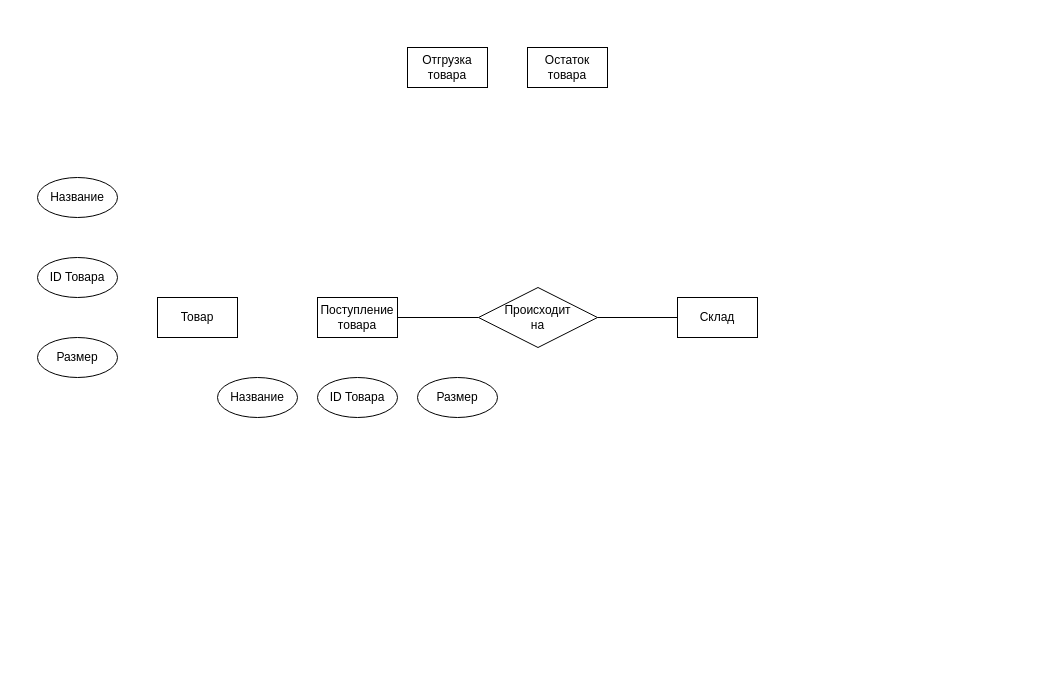
The draw.io diagram КМПО V2.0.drawio in marsek4/ssp, before the edit. Source tidied: cells renumbered, new cells numbered last; positions are measured from the earlier drawing's top-left corner, leaving out a move shared by most shapes. Both pictures are drawn from the tidied source at 100%, with x=0, y=0 at pixel (37, 47).
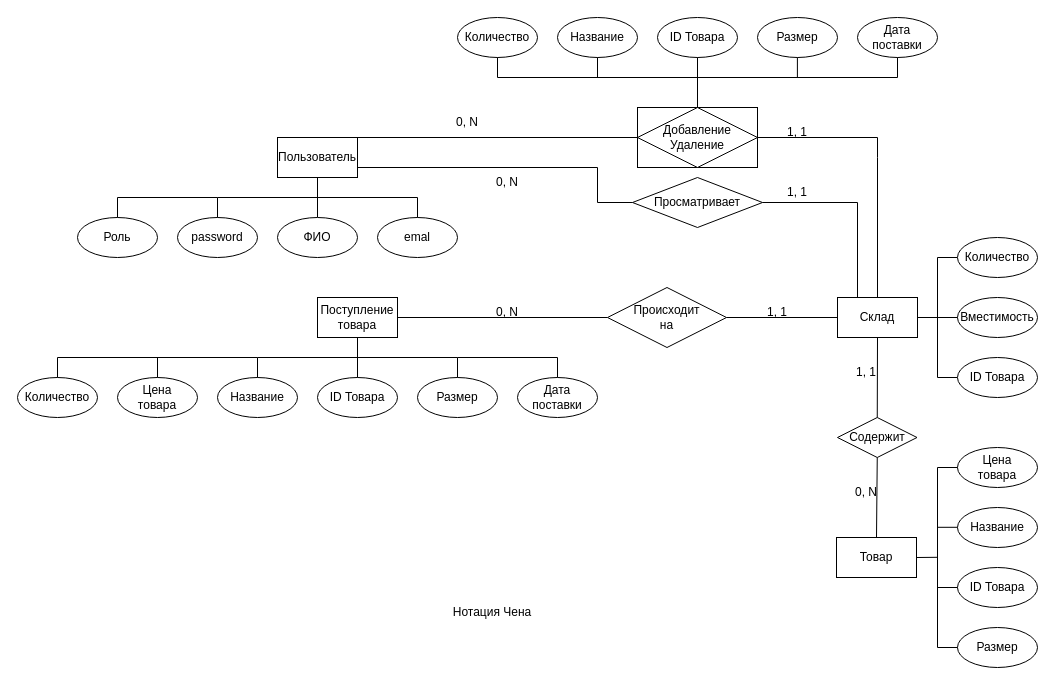
Above is the later version.

The change refers to these unchanged cells:
```xml
<mxCell id="4" value="Поступление товара" style="rounded=0;whiteSpace=wrap;html=1;" parent="1" vertex="1">
  <mxGeometry x="280" y="250" width="80" height="40" as="geometry" />
</mxCell>
<mxCell id="10" value="Название" style="ellipse;whiteSpace=wrap;html=1;" parent="1" vertex="1">
  <mxGeometry x="180" y="330" width="80" height="40" as="geometry" />
</mxCell>
<mxCell id="11" value="ID Товара" style="ellipse;whiteSpace=wrap;html=1;" parent="1" vertex="1">
  <mxGeometry x="280" y="330" width="80" height="40" as="geometry" />
</mxCell>
<mxCell id="12" value="Размер" style="ellipse;whiteSpace=wrap;html=1;" parent="1" vertex="1">
  <mxGeometry x="380" y="330" width="80" height="40" as="geometry" />
</mxCell>
```

The edit, as a diff of the source:
```diff
@@
     <mxCell id="2" value="Товар" style="rounded=0;whiteSpace=wrap;html=1;" parent="1" vertex="1">
-      <mxGeometry x="120" y="250" width="80" height="40" as="geometry" />
+      <mxGeometry x="799" y="490" width="80" height="40" as="geometry" />
     </mxCell>
     <mxCell id="3" value="Склад" style="rounded=0;whiteSpace=wrap;html=1;" parent="1" vertex="1">
-      <mxGeometry x="640" y="250" width="80" height="40" as="geometry" />
+      <mxGeometry x="800" y="250" width="80" height="40" as="geometry" />
     </mxCell>
@@
-    <mxCell id="5" value="Отгрузка&lt;br&gt;товара" style="rounded=0;whiteSpace=wrap;html=1;" parent="1" vertex="1">
-      <mxGeometry x="370" width="80" height="40" as="geometry" />
-    </mxCell>
-    <mxCell id="6" value="Остаток&lt;br&gt;товара" style="rounded=0;whiteSpace=wrap;html=1;" parent="1" vertex="1">
-      <mxGeometry x="490" width="80" height="40" as="geometry" />
-    </mxCell>
-    <mxCell id="7" value="ID Товара" style="ellipse;whiteSpace=wrap;html=1;" parent="1" vertex="1">
-      <mxGeometry y="210" width="80" height="40" as="geometry" />
-    </mxCell>
-    <mxCell id="8" value="Размер" style="ellipse;whiteSpace=wrap;html=1;" parent="1" vertex="1">
-      <mxGeometry y="290" width="80" height="40" as="geometry" />
-    </mxCell>
-    <mxCell id="9" value="Название" style="ellipse;whiteSpace=wrap;html=1;" parent="1" vertex="1">
-      <mxGeometry y="130" width="80" height="40" as="geometry" />
-    </mxCell>
@@
     <mxCell id="13" value="Происходит&lt;br&gt;на" style="rhombus;whiteSpace=wrap;html=1;" parent="1" vertex="1">
-      <mxGeometry x="441" y="240" width="119" height="60" as="geometry" />
+      <mxGeometry x="570" y="240" width="119" height="60" as="geometry" />
     </mxCell>
@@
+    <mxCell id="16" style="endArrow=none;html=1;rounded=0;exitX=0.5;exitY=0;exitDx=0;exitDy=0;entryX=0.5;entryY=0;entryDx=0;entryDy=0;" parent="1" edge="1" source="10" target="12">
+      <mxGeometry relative="1" as="geometry">
+        <Array as="points">
+          <mxPoint x="220" y="310" />
+          <mxPoint x="420" y="310" />
+        </Array>
+      </mxGeometry>
+    </mxCell>
+    <mxCell id="17" style="endArrow=none;html=1;rounded=0;exitX=0.5;exitY=0;exitDx=0;exitDy=0;entryX=0.5;entryY=1;entryDx=0;entryDy=0;" parent="1" edge="1" source="11" target="4">
+      <mxGeometry relative="1" as="geometry" />
+    </mxCell>
+    <mxCell id="18" value="Дата поставки" style="ellipse;whiteSpace=wrap;html=1;" parent="1" vertex="1">
+      <mxGeometry x="480" y="330" width="80" height="40" as="geometry" />
+    </mxCell>
+    <mxCell id="19" style="endArrow=none;html=1;rounded=0;entryX=0.5;entryY=0;entryDx=0;entryDy=0;" parent="1" edge="1" target="18">
+      <mxGeometry relative="1" as="geometry">
+        <mxPoint x="420" y="310" as="sourcePoint" />
+        <Array as="points">
+          <mxPoint x="520" y="310" />
+        </Array>
+      </mxGeometry>
+    </mxCell>
+    <mxCell id="20" value="Содержит" style="rhombus;whiteSpace=wrap;html=1;" parent="1" vertex="1">
+      <mxGeometry x="800" y="370" width="79.5" height="40" as="geometry" />
+    </mxCell>
+    <mxCell id="21" style="endArrow=none;html=1;rounded=0;entryX=0.5;entryY=1;entryDx=0;entryDy=0;exitX=0.5;exitY=0;exitDx=0;exitDy=0;" parent="1" edge="1" source="20" target="3">
+      <mxGeometry relative="1" as="geometry" />
+    </mxCell>
+    <mxCell id="22" style="endArrow=none;html=1;rounded=0;entryX=0.5;entryY=1;entryDx=0;entryDy=0;exitX=0.5;exitY=0;exitDx=0;exitDy=0;" parent="1" edge="1" source="2" target="20">
+      <mxGeometry relative="1" as="geometry" />
+    </mxCell>
+    <mxCell id="23" value="Цена&lt;br&gt;товара" style="ellipse;whiteSpace=wrap;html=1;" parent="1" vertex="1">
+      <mxGeometry x="80" y="330" width="80" height="40" as="geometry" />
+    </mxCell>
+    <mxCell id="24" style="endArrow=none;html=1;rounded=0;exitX=0.5;exitY=0;exitDx=0;exitDy=0;" parent="1" edge="1" source="23">
+      <mxGeometry relative="1" as="geometry">
+        <mxPoint x="220" y="310" as="targetPoint" />
+        <Array as="points">
+          <mxPoint x="120" y="310" />
+        </Array>
+      </mxGeometry>
+    </mxCell>
+    <mxCell id="25" value="Вместимость" style="ellipse;whiteSpace=wrap;html=1;" parent="1" vertex="1">
+      <mxGeometry x="920" y="250" width="80" height="40" as="geometry" />
+    </mxCell>
+    <mxCell id="26" style="endArrow=none;html=1;rounded=0;entryX=0;entryY=0.5;entryDx=0;entryDy=0;exitX=1;exitY=0.5;exitDx=0;exitDy=0;" parent="1" edge="1" source="3" target="25">
+      <mxGeometry relative="1" as="geometry" />
+    </mxCell>
+    <mxCell id="27" value="Название" style="ellipse;whiteSpace=wrap;html=1;" parent="1" vertex="1">
+      <mxGeometry x="920" y="460" width="80" height="40" as="geometry" />
+    </mxCell>
+    <mxCell id="28" value="ID Товара" style="ellipse;whiteSpace=wrap;html=1;" parent="1" vertex="1">
+      <mxGeometry x="920" y="520" width="80" height="40" as="geometry" />
+    </mxCell>
+    <mxCell id="29" value="Размер" style="ellipse;whiteSpace=wrap;html=1;" parent="1" vertex="1">
+      <mxGeometry x="920" y="580" width="80" height="40" as="geometry" />
+    </mxCell>
+    <mxCell id="30" value="Цена&lt;br&gt;товара" style="ellipse;whiteSpace=wrap;html=1;" parent="1" vertex="1">
+      <mxGeometry x="920" y="400" width="80" height="40" as="geometry" />
+    </mxCell>
+    <mxCell id="31" style="endArrow=none;html=1;rounded=0;entryX=0;entryY=0.5;entryDx=0;entryDy=0;exitX=0;exitY=0.5;exitDx=0;exitDy=0;" parent="1" edge="1" source="29" target="30">
+      <mxGeometry relative="1" as="geometry">
+        <Array as="points">
+          <mxPoint x="900" y="600" />
+          <mxPoint x="900" y="420" />
+        </Array>
+      </mxGeometry>
+    </mxCell>
+    <mxCell id="32" style="endArrow=none;html=1;rounded=0;exitX=0;exitY=0.5;exitDx=0;exitDy=0;" parent="1" edge="1" source="28">
+      <mxGeometry relative="1" as="geometry">
+        <mxPoint x="900" y="540" as="targetPoint" />
+      </mxGeometry>
+    </mxCell>
+    <mxCell id="33" style="endArrow=none;html=1;rounded=0;exitX=0;exitY=0.5;exitDx=0;exitDy=0;" parent="1" edge="1">
+      <mxGeometry relative="1" as="geometry">
+        <mxPoint x="920" y="479.8" as="sourcePoint" />
+        <mxPoint x="900" y="479.8" as="targetPoint" />
+      </mxGeometry>
+    </mxCell>
+    <mxCell id="34" style="endArrow=none;html=1;rounded=0;exitX=0;exitY=0.5;exitDx=0;exitDy=0;entryX=1;entryY=0.5;entryDx=0;entryDy=0;" parent="1" edge="1" target="2">
+      <mxGeometry relative="1" as="geometry">
+        <mxPoint x="900" y="509.8" as="sourcePoint" />
+      </mxGeometry>
+    </mxCell>
+    <mxCell id="35" value="1, 1" style="text;html=1;strokeColor=none;fillColor=none;align=center;verticalAlign=middle;whiteSpace=wrap;rounded=0;" parent="1" vertex="1">
+      <mxGeometry x="710" y="250" width="60" height="30" as="geometry" />
+    </mxCell>
+    <mxCell id="36" value="0, N" style="text;html=1;strokeColor=none;fillColor=none;align=center;verticalAlign=middle;whiteSpace=wrap;rounded=0;" parent="1" vertex="1">
+      <mxGeometry x="440" y="250" width="60" height="30" as="geometry" />
+    </mxCell>
+    <mxCell id="37" value="1, 1" style="text;html=1;strokeColor=none;fillColor=none;align=center;verticalAlign=middle;whiteSpace=wrap;rounded=0;" parent="1" vertex="1">
+      <mxGeometry x="799" y="310" width="60" height="30" as="geometry" />
+    </mxCell>
+    <mxCell id="38" value="0, N" style="text;html=1;strokeColor=none;fillColor=none;align=center;verticalAlign=middle;whiteSpace=wrap;rounded=0;" parent="1" vertex="1">
+      <mxGeometry x="799" y="430" width="60" height="30" as="geometry" />
+    </mxCell>
+    <mxCell id="39" value="Количество" style="ellipse;whiteSpace=wrap;html=1;" parent="1" vertex="1">
+      <mxGeometry x="-20" y="330" width="80" height="40" as="geometry" />
+    </mxCell>
+    <mxCell id="40" style="endArrow=none;html=1;rounded=0;exitX=0.5;exitY=0;exitDx=0;exitDy=0;" parent="1" edge="1" source="39">
+      <mxGeometry relative="1" as="geometry">
+        <mxPoint x="130" y="310" as="targetPoint" />
+        <Array as="points">
+          <mxPoint x="20" y="310" />
+        </Array>
+      </mxGeometry>
+    </mxCell>
+    <mxCell id="41" style="endArrow=none;html=1;rounded=0;exitX=0;exitY=0.5;exitDx=0;exitDy=0;entryX=0;entryY=0.5;entryDx=0;entryDy=0;" parent="1" edge="1" source="44" target="43">
+      <mxGeometry relative="1" as="geometry">
+        <Array as="points">
+          <mxPoint x="900" y="330" />
+          <mxPoint x="900" y="210" />
+        </Array>
+      </mxGeometry>
+    </mxCell>
+    <mxCell id="42" value="Нотация Чена" style="text;html=1;strokeColor=none;fillColor=none;align=center;verticalAlign=middle;whiteSpace=wrap;rounded=0;" parent="1" vertex="1">
+      <mxGeometry x="400" y="550" width="110" height="30" as="geometry" />
+    </mxCell>
+    <mxCell id="43" value="Количество" style="ellipse;whiteSpace=wrap;html=1;" parent="1" vertex="1">
+      <mxGeometry x="920" y="190" width="80" height="40" as="geometry" />
+    </mxCell>
+    <mxCell id="44" value="ID Товара" style="ellipse;whiteSpace=wrap;html=1;" parent="1" vertex="1">
+      <mxGeometry x="920" y="310" width="80" height="40" as="geometry" />
+    </mxCell>
+    <mxCell id="45" value="Пользователь" style="rounded=0;whiteSpace=wrap;html=1;" parent="1" vertex="1">
+      <mxGeometry x="240" y="90" width="80" height="40" as="geometry" />
+    </mxCell>
+    <mxCell id="46" style="group;" parent="1" vertex="1">
+      <mxGeometry x="600" y="60" width="120" height="60" as="geometry" />
+    </mxCell>
+    <mxCell id="47" style="rounded=0;whiteSpace=wrap;html=1;" parent="46" vertex="1">
+      <mxGeometry width="120" height="60" as="geometry" />
+    </mxCell>
+    <mxCell id="48" value="Добавление&lt;br&gt;Удаление" style="rhombus;whiteSpace=wrap;html=1;" parent="46" vertex="1">
+      <mxGeometry width="120" height="60" as="geometry" />
+    </mxCell>
+    <mxCell id="49" style="endArrow=none;html=1;rounded=0;exitX=1;exitY=0;exitDx=0;exitDy=0;entryX=0;entryY=0.5;entryDx=0;entryDy=0;" parent="1" edge="1" source="45" target="48">
+      <mxGeometry relative="1" as="geometry" />
+    </mxCell>
+    <mxCell id="50" style="endArrow=none;html=1;rounded=0;exitX=1;exitY=0.5;exitDx=0;exitDy=0;entryX=0.5;entryY=0;entryDx=0;entryDy=0;" parent="1" edge="1" source="48" target="3">
+      <mxGeometry relative="1" as="geometry">
+        <Array as="points">
+          <mxPoint x="840" y="90" />
+          <mxPoint x="840" y="110" />
+        </Array>
+      </mxGeometry>
+    </mxCell>
+    <mxCell id="51" value="Название" style="ellipse;whiteSpace=wrap;html=1;" parent="1" vertex="1">
+      <mxGeometry x="520" y="-30" width="80" height="40" as="geometry" />
+    </mxCell>
+    <mxCell id="52" value="ID Товара" style="ellipse;whiteSpace=wrap;html=1;" parent="1" vertex="1">
+      <mxGeometry x="620" y="-30" width="80" height="40" as="geometry" />
+    </mxCell>
+    <mxCell id="53" value="Размер" style="ellipse;whiteSpace=wrap;html=1;" parent="1" vertex="1">
+      <mxGeometry x="720" y="-30" width="80" height="40" as="geometry" />
+    </mxCell>
+    <mxCell id="54" value="Дата поставки" style="ellipse;whiteSpace=wrap;html=1;" parent="1" vertex="1">
+      <mxGeometry x="820" y="-30" width="80" height="40" as="geometry" />
+    </mxCell>
+    <mxCell id="55" value="Количество" style="ellipse;whiteSpace=wrap;html=1;" parent="1" vertex="1">
+      <mxGeometry x="420" y="-30" width="80" height="40" as="geometry" />
+    </mxCell>
+    <mxCell id="56" style="endArrow=none;html=1;rounded=0;entryX=0.5;entryY=1;entryDx=0;entryDy=0;" parent="1" edge="1">
+      <mxGeometry relative="1" as="geometry">
+        <mxPoint x="280" y="170" as="sourcePoint" />
+        <mxPoint x="280" y="130" as="targetPoint" />
+      </mxGeometry>
+    </mxCell>
+    <mxCell id="57" value="ФИО" style="ellipse;whiteSpace=wrap;html=1;" parent="1" vertex="1">
+      <mxGeometry x="240" y="170" width="80" height="40" as="geometry" />
+    </mxCell>
+    <mxCell id="58" value="emal" style="ellipse;whiteSpace=wrap;html=1;" parent="1" vertex="1">
+      <mxGeometry x="340" y="170" width="80" height="40" as="geometry" />
+    </mxCell>
+    <mxCell id="59" value="password" style="ellipse;whiteSpace=wrap;html=1;" parent="1" vertex="1">
+      <mxGeometry x="140" y="170" width="80" height="40" as="geometry" />
+    </mxCell>
+    <mxCell id="60" style="endArrow=none;html=1;rounded=0;exitX=0.5;exitY=0;exitDx=0;exitDy=0;entryX=0.5;entryY=0;entryDx=0;entryDy=0;" parent="1" edge="1" source="59" target="58">
+      <mxGeometry relative="1" as="geometry">
+        <Array as="points">
+          <mxPoint x="180" y="150" />
+          <mxPoint x="380" y="150" />
+        </Array>
+      </mxGeometry>
+    </mxCell>
+    <mxCell id="61" value="Роль" style="ellipse;whiteSpace=wrap;html=1;" parent="1" vertex="1">
+      <mxGeometry x="40" y="170" width="80" height="40" as="geometry" />
+    </mxCell>
+    <mxCell id="62" value="Просматривает" style="rhombus;whiteSpace=wrap;html=1;" parent="1" vertex="1">
+      <mxGeometry x="595" y="130" width="130" height="50" as="geometry" />
+    </mxCell>
+    <mxCell id="63" style="endArrow=none;html=1;rounded=0;exitX=1;exitY=0.75;exitDx=0;exitDy=0;entryX=0;entryY=0.5;entryDx=0;entryDy=0;" parent="1" edge="1" source="45" target="62">
+      <mxGeometry relative="1" as="geometry">
+        <Array as="points">
+          <mxPoint x="560" y="120" />
+          <mxPoint x="560" y="155" />
+        </Array>
+      </mxGeometry>
+    </mxCell>
+    <mxCell id="64" style="endArrow=none;html=1;rounded=0;exitX=0.25;exitY=0;exitDx=0;exitDy=0;entryX=1;entryY=0.5;entryDx=0;entryDy=0;" parent="1" edge="1" source="3" target="62">
+      <mxGeometry relative="1" as="geometry">
+        <Array as="points">
+          <mxPoint x="820" y="155" />
+        </Array>
+      </mxGeometry>
+    </mxCell>
+    <mxCell id="65" style="endArrow=none;html=1;rounded=0;exitX=0.5;exitY=0;exitDx=0;exitDy=0;" parent="1" edge="1" source="61">
+      <mxGeometry relative="1" as="geometry">
+        <mxPoint x="180" y="150" as="targetPoint" />
+        <Array as="points">
+          <mxPoint x="80" y="150" />
+        </Array>
+      </mxGeometry>
+    </mxCell>
+    <mxCell id="66" style="endArrow=none;html=1;rounded=0;exitX=0.5;exitY=1;exitDx=0;exitDy=0;entryX=0.5;entryY=1;entryDx=0;entryDy=0;" parent="1" edge="1" source="55" target="54">
+      <mxGeometry relative="1" as="geometry">
+        <Array as="points">
+          <mxPoint x="460" y="30" />
+          <mxPoint x="860" y="30" />
+        </Array>
+      </mxGeometry>
+    </mxCell>
+    <mxCell id="67" style="endArrow=none;html=1;rounded=0;entryX=0.5;entryY=1;entryDx=0;entryDy=0;exitX=0.5;exitY=0;exitDx=0;exitDy=0;" parent="1" edge="1" source="48" target="52">
+      <mxGeometry relative="1" as="geometry" />
+    </mxCell>
+    <mxCell id="68" style="endArrow=none;html=1;rounded=0;entryX=0.5;entryY=1;entryDx=0;entryDy=0;" parent="1" edge="1" target="51">
+      <mxGeometry relative="1" as="geometry">
+        <mxPoint x="560" y="30" as="sourcePoint" />
+      </mxGeometry>
+    </mxCell>
+    <mxCell id="69" style="endArrow=none;html=1;rounded=0;entryX=0.5;entryY=1;entryDx=0;entryDy=0;" parent="1" edge="1">
+      <mxGeometry relative="1" as="geometry">
+        <mxPoint x="759.9" y="30" as="sourcePoint" />
+        <mxPoint x="759.9" y="10" as="targetPoint" />
+      </mxGeometry>
+    </mxCell>
+    <mxCell id="70" value="1, 1" style="text;html=1;strokeColor=none;fillColor=none;align=center;verticalAlign=middle;whiteSpace=wrap;rounded=0;" parent="1" vertex="1">
+      <mxGeometry x="730" y="70" width="60" height="30" as="geometry" />
+    </mxCell>
+    <mxCell id="71" value="1, 1" style="text;html=1;strokeColor=none;fillColor=none;align=center;verticalAlign=middle;whiteSpace=wrap;rounded=0;" parent="1" vertex="1">
+      <mxGeometry x="730" y="130" width="60" height="30" as="geometry" />
+    </mxCell>
+    <mxCell id="72" value="0, N" style="text;html=1;strokeColor=none;fillColor=none;align=center;verticalAlign=middle;whiteSpace=wrap;rounded=0;" parent="1" vertex="1">
+      <mxGeometry x="440" y="120" width="60" height="30" as="geometry" />
+    </mxCell>
+    <mxCell id="73" value="0, N" style="text;html=1;strokeColor=none;fillColor=none;align=center;verticalAlign=middle;whiteSpace=wrap;rounded=0;" parent="1" vertex="1">
+      <mxGeometry x="400" y="60" width="60" height="30" as="geometry" />
+    </mxCell>
```
